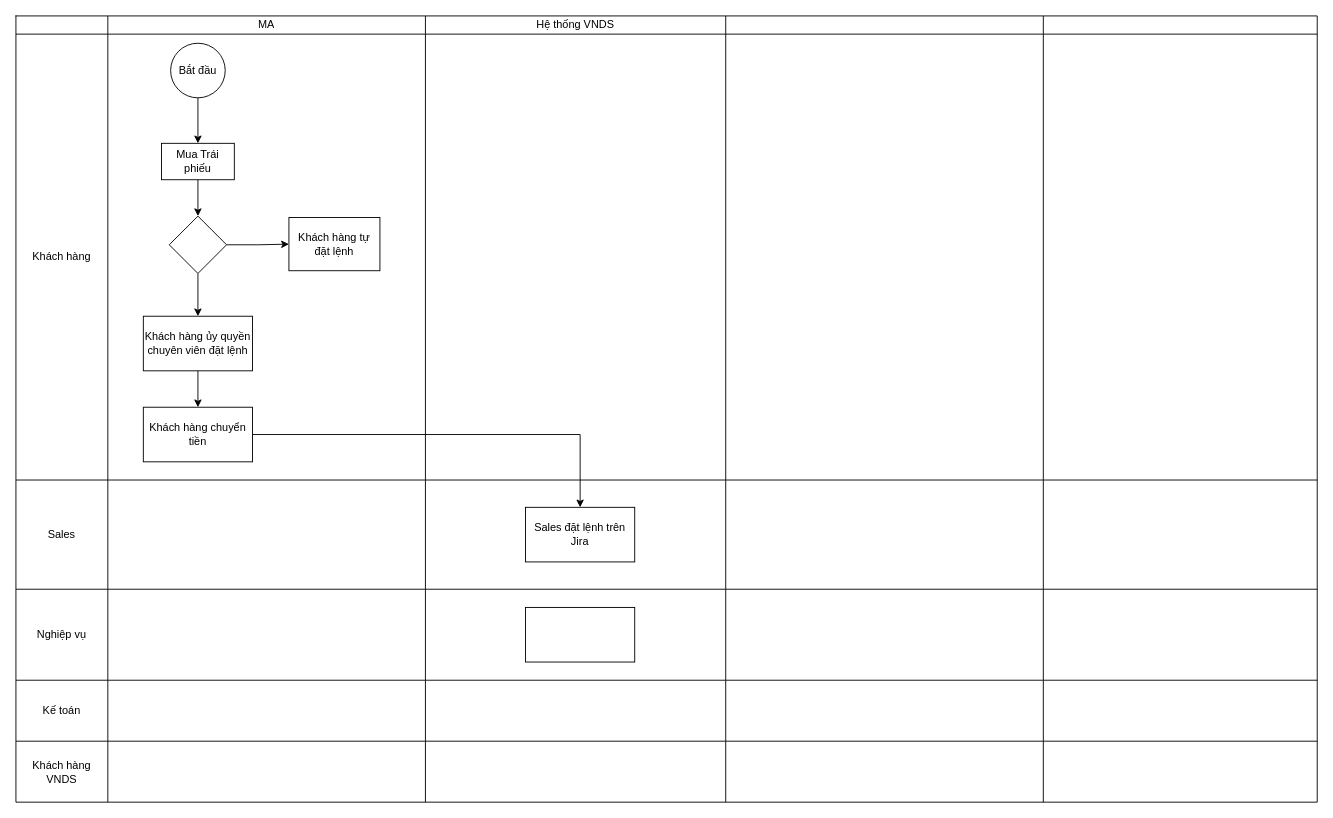
Above: page "EContract Bond" (2 of 2) of Untitled Diagram.drawio in samhp-cloud/star (draw.io), before the change. Source tidied: cells renumbered, new cells numbered last; positions are measured from the earlier drawing's top-left corner, leaving out a move shared by most shapes. Both pictures are drawn from the tidied source at 91%, with x=0, y=0 at pixel (15, 15).
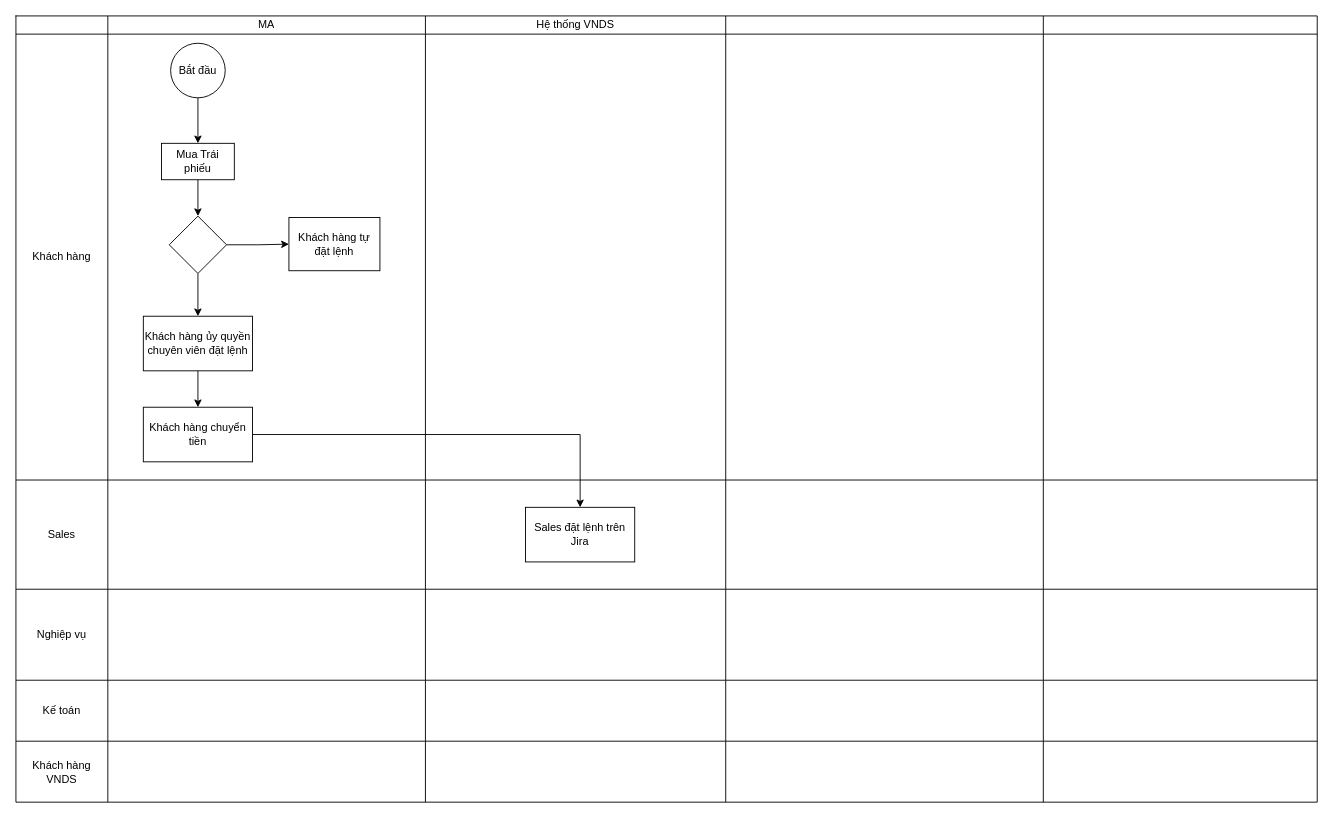
The same page after the edit.

The edit, as a diff of the source:
```diff
@@
-    <mxCell id="52" style="rounded=0;whiteSpace=wrap;html=1;" parent="1" vertex="1">
-      <mxGeometry x="560" y="650" width="120" height="60" as="geometry" />
-    </mxCell>
```
